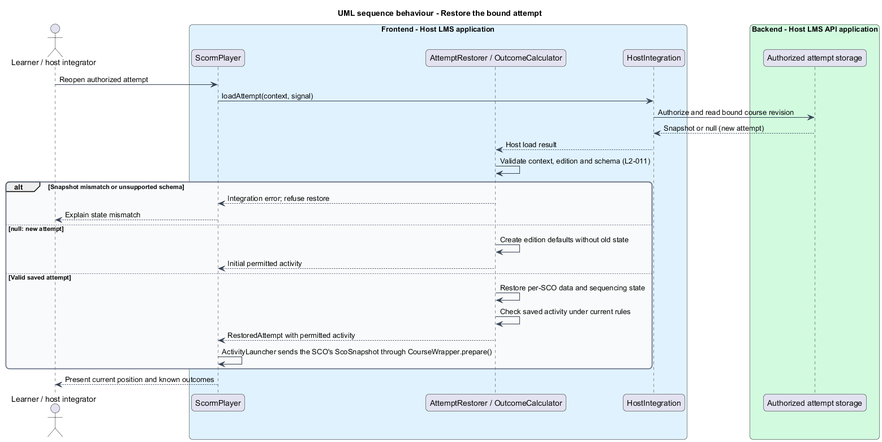
Before: docs/detailed-designs/scorm-player/resume-and-report-attempt/diagrams/sequence-resume.png, a diagram exported from PlantUML (QuinntyneBrown/Tessera). Its diagram source:
```plantuml
@startuml
title UML sequence behaviour - Restore the bound attempt
skinparam backgroundColor #FFFFFF
skinparam shadowing false
skinparam roundcorner 12
skinparam defaultFontName Arial
skinparam ArrowColor #344054
skinparam rectangle {
  BorderColor #344054
  FontColor #101828
}
skinparam package {
  BorderColor #667085
  FontColor #101828
  BackgroundColor #F9FAFB
}
actor "Learner / host integrator" as actor
box "Frontend - Host LMS application" #E0F2FE
  participant "ScormPlayer" as shell
  participant "AttemptRestorer / OutcomeCalculator" as core
  participant "HostIntegration" as host
end box
box "Backend - Host LMS API application" #D1FADF
  participant "Authorized attempt storage" as api
end box

actor -> shell : Reopen authorized attempt
shell -> host : loadAttempt(context, signal)
host -> api : Authorize and read bound course revision
api --> host : Snapshot or null (new attempt)
host --> core : Host load result
core -> core : Validate context, edition and schema (L2-011)
alt Snapshot mismatch or unsupported schema
  core --> shell : Integration error; refuse restore
  shell --> actor : Explain state mismatch
else null: new attempt
  core -> core : Create edition defaults without old state
  core --> shell : Initial permitted activity
else Valid saved attempt
  core -> core : Restore per-SCO data and sequencing state
  core -> core : Check saved activity under current rules
  core --> shell : RestoredAttempt with permitted activity
  shell -> shell : ActivityLauncher sends the SCO's ScoSnapshot through CourseWrapper.prepare()
end
shell --> actor : Present current position and known outcomes
@enduml
```
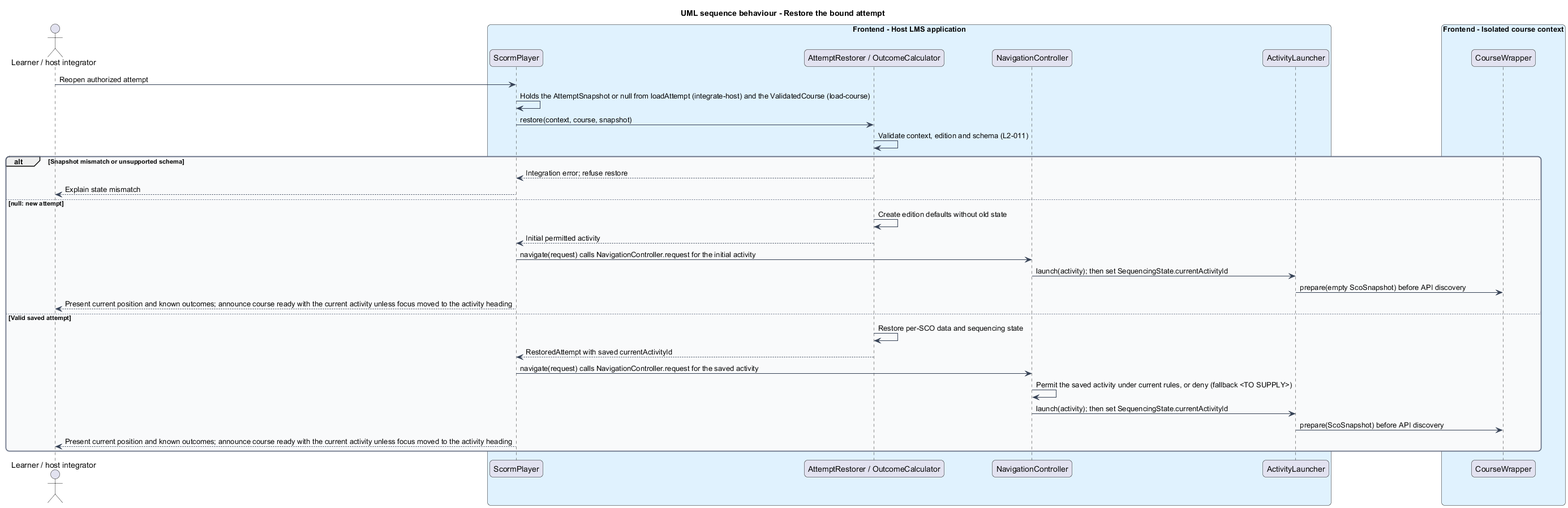
After the change.

The edit, as a diff of the source:
```diff
@@ -18,17 +18,16 @@
 box "Frontend - Host LMS application" #E0F2FE
   participant "ScormPlayer" as shell
   participant "AttemptRestorer / OutcomeCalculator" as core
-  participant "HostIntegration" as host
+  participant "NavigationController" as nav
+  participant "ActivityLauncher" as launcher
 end box
-box "Backend - Host LMS API application" #D1FADF
-  participant "Authorized attempt storage" as api
+box "Frontend - Isolated course context" #E0F2FE
+  participant "CourseWrapper" as wrapper
 end box
 
 actor -> shell : Reopen authorized attempt
-shell -> host : loadAttempt(context, signal)
-host -> api : Authorize and read bound course revision
-api --> host : Snapshot or null (new attempt)
-host --> core : Host load result
+shell -> shell : Holds the AttemptSnapshot or null from loadAttempt (integrate-host) and the ValidatedCourse (load-course)
+shell -> core : restore(context, course, snapshot)
 core -> core : Validate context, edition and schema (L2-011)
 alt Snapshot mismatch or unsupported schema
   core --> shell : Integration error; refuse restore
@@ -36,11 +35,17 @@
 else null: new attempt
   core -> core : Create edition defaults without old state
   core --> shell : Initial permitted activity
+  shell -> nav : navigate(request) calls NavigationController.request for the initial activity
+  nav -> launcher : launch(activity); then set SequencingState.currentActivityId
+  launcher -> wrapper : prepare(empty ScoSnapshot) before API discovery
+  shell --> actor : Present current position and known outcomes; announce course ready with the current activity unless focus moved to the activity heading
 else Valid saved attempt
   core -> core : Restore per-SCO data and sequencing state
-  core -> core : Check saved activity under current rules
-  core --> shell : RestoredAttempt with permitted activity
-  shell -> shell : ActivityLauncher sends the SCO's ScoSnapshot through CourseWrapper.prepare()
+  core --> shell : RestoredAttempt with saved currentActivityId
+  shell -> nav : navigate(request) calls NavigationController.request for the saved activity
+  nav -> nav : Permit the saved activity under current rules, or deny (fallback <TO SUPPLY>)
+  nav -> launcher : launch(activity); then set SequencingState.currentActivityId
+  launcher -> wrapper : prepare(ScoSnapshot) before API discovery
+  shell --> actor : Present current position and known outcomes; announce course ready with the current activity unless focus moved to the activity heading
 end
-shell --> actor : Present current position and known outcomes
 @enduml
```
